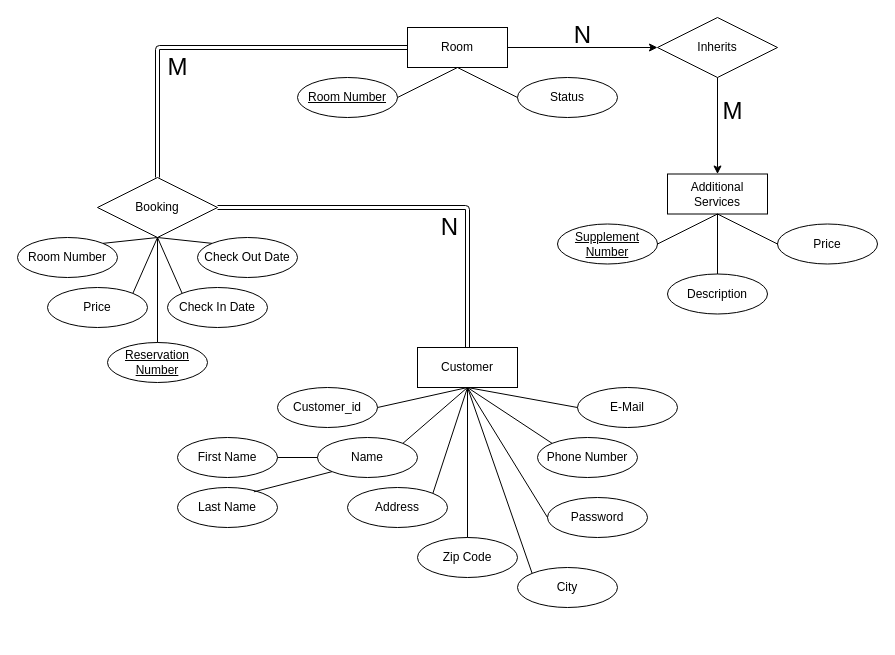
Before: Dokumentation/ER Diagram.drawio in NansyT/CountryLiving, a draw.io diagram. Source tidied: cells renumbered, new cells numbered last; positions are measured from the earlier drawing's top-left corner, leaving out a move shared by most shapes. Both pictures are drawn from the tidied source at 100%, with x=0, y=0 at pixel (17, 17).
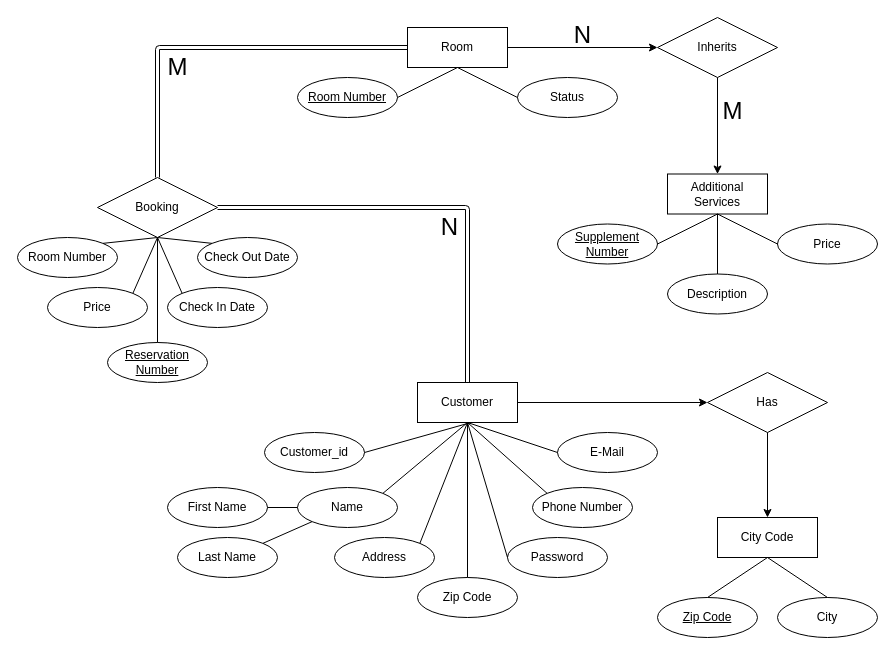
Above is the later version.

Change to the diagram source:
```diff
@@
     <mxCell id="13" value="Customer" style="whiteSpace=wrap;html=1;align=center;" parent="1" vertex="1">
-      <mxGeometry x="400" y="330" width="100" height="40" as="geometry" />
+      <mxGeometry x="400" y="365" width="100" height="40" as="geometry" />
     </mxCell>
     <mxCell id="14" value="E-Mail" style="ellipse;whiteSpace=wrap;html=1;align=center;" parent="1" vertex="1">
-      <mxGeometry x="560" y="370" width="100" height="40" as="geometry" />
+      <mxGeometry x="540" y="415" width="100" height="40" as="geometry" />
     </mxCell>
     <mxCell id="15" value="Phone Number" style="ellipse;whiteSpace=wrap;html=1;align=center;" parent="1" vertex="1">
-      <mxGeometry x="520" y="420" width="100" height="40" as="geometry" />
+      <mxGeometry x="515" y="470" width="100" height="40" as="geometry" />
     </mxCell>
-    <mxCell id="16" value="City" style="ellipse;whiteSpace=wrap;html=1;align=center;" parent="1" vertex="1">
-      <mxGeometry x="500" y="550" width="100" height="40" as="geometry" />
-    </mxCell>
     <mxCell id="17" value="Name" style="ellipse;whiteSpace=wrap;html=1;align=center;" parent="1" vertex="1">
-      <mxGeometry x="300" y="420" width="100" height="40" as="geometry" />
+      <mxGeometry x="280" y="470" width="100" height="40" as="geometry" />
     </mxCell>
     <mxCell id="18" value="Address" style="ellipse;whiteSpace=wrap;html=1;align=center;" parent="1" vertex="1">
-      <mxGeometry x="330" y="470" width="100" height="40" as="geometry" />
+      <mxGeometry x="317" y="520" width="100" height="40" as="geometry" />
     </mxCell>
     <mxCell id="19" value="Zip Code" style="ellipse;whiteSpace=wrap;html=1;align=center;" parent="1" vertex="1">
-      <mxGeometry x="400" y="520" width="100" height="40" as="geometry" />
+      <mxGeometry x="400" y="560" width="100" height="40" as="geometry" />
     </mxCell>
@@
-    <mxCell id="22" style="endArrow=none;html=1;exitX=0;exitY=0;exitDx=0;exitDy=0;entryX=0.5;entryY=1;entryDx=0;entryDy=0;" parent="1" edge="1" source="16" target="13">
-      <mxGeometry relative="1" as="geometry" />
-    </mxCell>
@@
     <mxCell id="43" value="First Name" style="ellipse;whiteSpace=wrap;html=1;align=center;" parent="1" vertex="1">
-      <mxGeometry x="160" y="420" width="100" height="40" as="geometry" />
+      <mxGeometry x="150" y="470" width="100" height="40" as="geometry" />
     </mxCell>
     <mxCell id="44" value="Last Name" style="ellipse;whiteSpace=wrap;html=1;align=center;" parent="1" vertex="1">
-      <mxGeometry x="160" y="470" width="100" height="40" as="geometry" />
+      <mxGeometry x="160" y="520" width="100" height="40" as="geometry" />
     </mxCell>
@@
-    <mxCell id="46" style="endArrow=none;html=1;entryX=0;entryY=1;entryDx=0;entryDy=0;exitX=0.764;exitY=0.108;exitDx=0;exitDy=0;exitPerimeter=0;" parent="1" edge="1" source="44" target="17">
+    <mxCell id="46" style="endArrow=none;html=1;entryX=0;entryY=1;entryDx=0;entryDy=0;exitX=1;exitY=0;exitDx=0;exitDy=0;" parent="1" edge="1" source="44" target="17">
       <mxGeometry relative="1" as="geometry" />
     </mxCell>
@@
     <mxCell id="51" value="Customer_id" style="ellipse;whiteSpace=wrap;html=1;align=center;" parent="1" vertex="1">
-      <mxGeometry x="260" y="370" width="100" height="40" as="geometry" />
+      <mxGeometry x="247" y="415" width="100" height="40" as="geometry" />
     </mxCell>
     <mxCell id="52" style="endArrow=none;html=1;exitX=1;exitY=0.5;exitDx=0;exitDy=0;" parent="1" edge="1" source="51">
       <mxGeometry relative="1" as="geometry">
-        <mxPoint x="450" y="370" as="targetPoint" />
+        <mxPoint x="453.6" y="405" as="targetPoint" />
       </mxGeometry>
     </mxCell>
     <mxCell id="53" value="Password" style="ellipse;whiteSpace=wrap;html=1;align=center;" parent="1" vertex="1">
-      <mxGeometry x="530" y="480" width="100" height="40" as="geometry" />
+      <mxGeometry x="490" y="520" width="100" height="40" as="geometry" />
     </mxCell>
@@
+    <mxCell id="16" value="City" style="ellipse;whiteSpace=wrap;html=1;align=center;" parent="1" vertex="1">
+      <mxGeometry x="760" y="580" width="100" height="40" as="geometry" />
+    </mxCell>
+    <mxCell id="55" value="City Code" style="whiteSpace=wrap;html=1;align=center;" parent="1" vertex="1">
+      <mxGeometry x="700" y="500" width="100" height="40" as="geometry" />
+    </mxCell>
+    <mxCell id="56" value="&lt;u&gt;Zip Code&lt;/u&gt;" style="ellipse;whiteSpace=wrap;html=1;align=center;" parent="1" vertex="1">
+      <mxGeometry x="640" y="580" width="100" height="40" as="geometry" />
+    </mxCell>
+    <mxCell id="57" style="endArrow=none;html=1;entryX=0.5;entryY=1;entryDx=0;entryDy=0;exitX=0.5;exitY=0;exitDx=0;exitDy=0;" parent="1" edge="1" source="56" target="55">
+      <mxGeometry relative="1" as="geometry" />
+    </mxCell>
+    <mxCell id="58" style="endArrow=none;html=1;exitX=0.5;exitY=1;exitDx=0;exitDy=0;entryX=0.5;entryY=0;entryDx=0;entryDy=0;" parent="1" edge="1" source="55" target="16">
+      <mxGeometry relative="1" as="geometry" />
+    </mxCell>
+    <mxCell id="59" value="Has" style="shape=rhombus;perimeter=rhombusPerimeter;whiteSpace=wrap;html=1;align=center;" parent="1" vertex="1">
+      <mxGeometry x="690" y="355" width="120" height="60" as="geometry" />
+    </mxCell>
+    <mxCell id="60" style="endArrow=classic;html=1;exitX=1;exitY=0.5;exitDx=0;exitDy=0;entryX=0;entryY=0.5;entryDx=0;entryDy=0;" parent="1" edge="1" source="13" target="59">
+      <mxGeometry relative="1" as="geometry" />
+    </mxCell>
+    <mxCell id="61" style="endArrow=classic;html=1;exitX=0.5;exitY=1;exitDx=0;exitDy=0;entryX=0.5;entryY=0;entryDx=0;entryDy=0;" parent="1" edge="1" source="59" target="55">
+      <mxGeometry relative="1" as="geometry" />
+    </mxCell>
```
